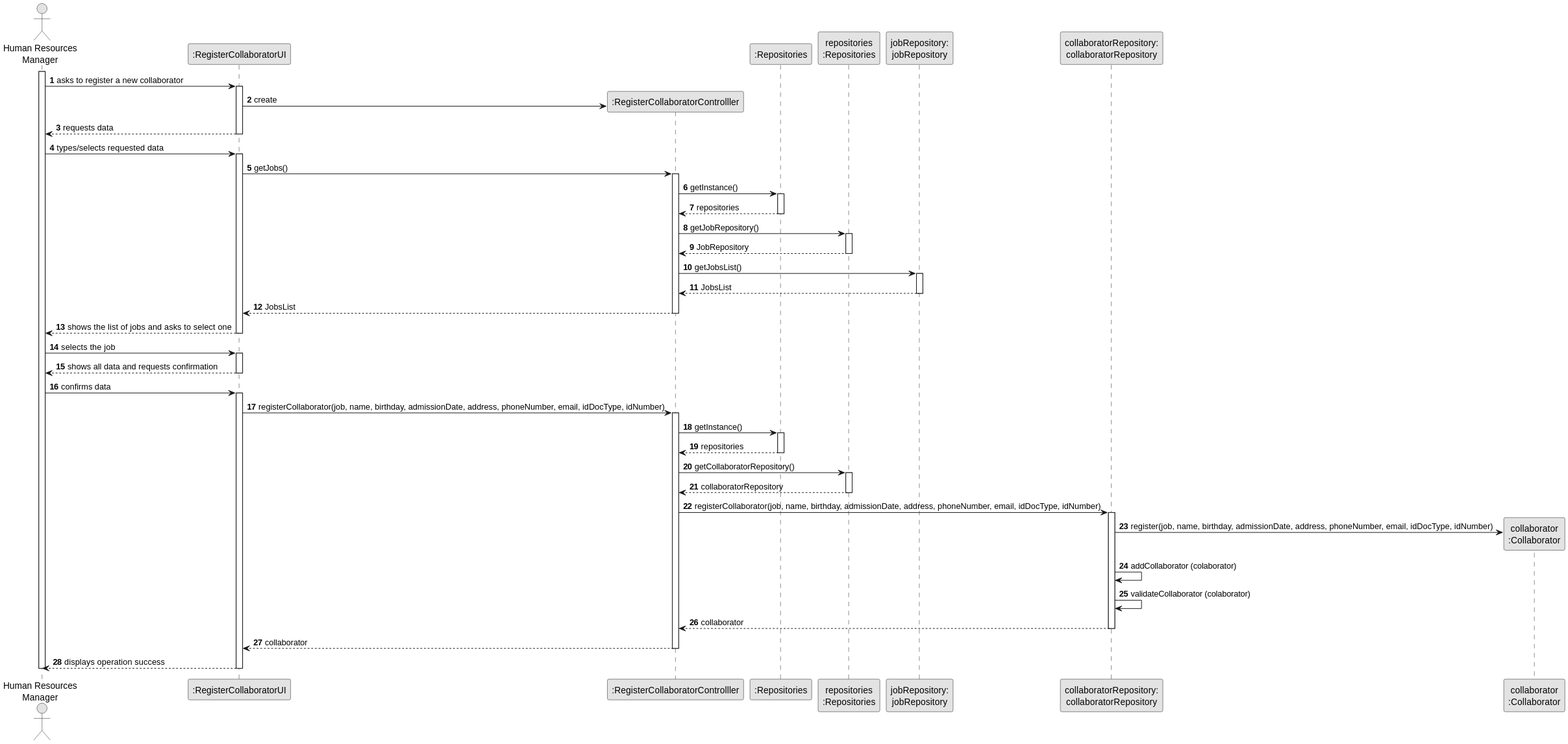
daniel41silva05/ISEP_2023_2024_LAPR2 keeps this PlantUML diagram as docs/sprintA&B/us003/03.design/svg/us003-sequence-diagram-full.svg. Above is the earlier version.
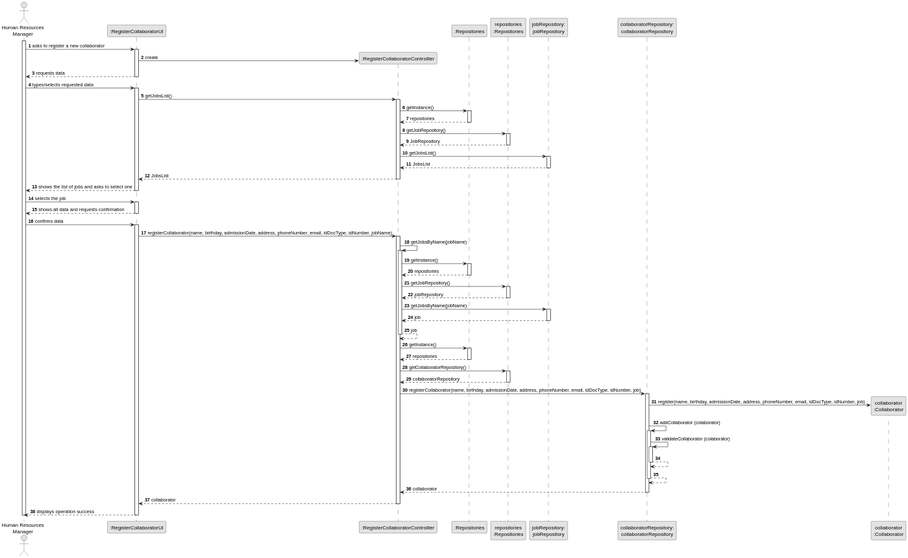
The same diagram one commit later.

Change to the diagram source:
```diff
@@ -27,7 +27,7 @@
     HRM -> UI : types/selects requested data
     activate UI
 
-        UI -> CTRL : getJobs()
+        UI -> CTRL : getJobsList()
         activate CTRL
 
             CTRL -> REP : getInstance()
@@ -63,8 +63,32 @@
     HRM -> UI : confirms data
     activate UI
 
-        UI -> CTRL: registerCollaborator(job, name, birthday, admissionDate, address, phoneNumber, email, idDocType, idNumber)
+        UI -> CTRL: registerCollaborator(name, birthday, admissionDate, address, phoneNumber, email, idDocType, idNumber, jobName)
         activate CTRL
+
+            CTRL -> CTRL: getJobsByName(jobName)
+            activate CTRL
+
+            CTRL -> REP: getInstance()
+            activate REP
+
+            REP --> CTRL: repositories
+            deactivate REP
+
+            CTRL -> REPS: getJobRepository()
+            activate REPS
+
+            REPS --> CTRL: jobRepository
+            deactivate REPS
+
+            CTRL -> jobRepository: getJobsByName(jobName)
+            activate jobRepository
+
+            jobRepository --> CTRL: job
+            deactivate jobRepository
+
+            CTRL --> CTRL: job
+            deactivate CTRL
 
             CTRL -> REP: getInstance()
             activate REP
@@ -78,15 +102,22 @@
             REPS --> CTRL: collaboratorRepository
             deactivate REPS
 
-            CTRL -> collaboratorRepository: registerCollaborator(job, name, birthday, admissionDate, address, phoneNumber, email, idDocType, idNumber)
+            CTRL -> collaboratorRepository: registerCollaborator(name, birthday, admissionDate, address, phoneNumber, email, idDocType, idNumber, job)
             activate collaboratorRepository
 
-                collaboratorRepository -> COLLABORATOR** : register(job, name, birthday, admissionDate, address, phoneNumber, email, idDocType, idNumber)
+                collaboratorRepository -> COLLABORATOR** : register(name, birthday, admissionDate, address, phoneNumber, email, idDocType, idNumber, job)
 
                 collaboratorRepository -> collaboratorRepository: addCollaborator (colaborator)
+                activate collaboratorRepository
 
                 collaboratorRepository -> collaboratorRepository: validateCollaborator (colaborator)
+                activate collaboratorRepository
 
+                collaboratorRepository --> collaboratorRepository
+                deactivate collaboratorRepository
+
+                collaboratorRepository --> collaboratorRepository
+                deactivate collaboratorRepository
 
             collaboratorRepository --> CTRL: collaborator
             deactivate collaboratorRepository
```
